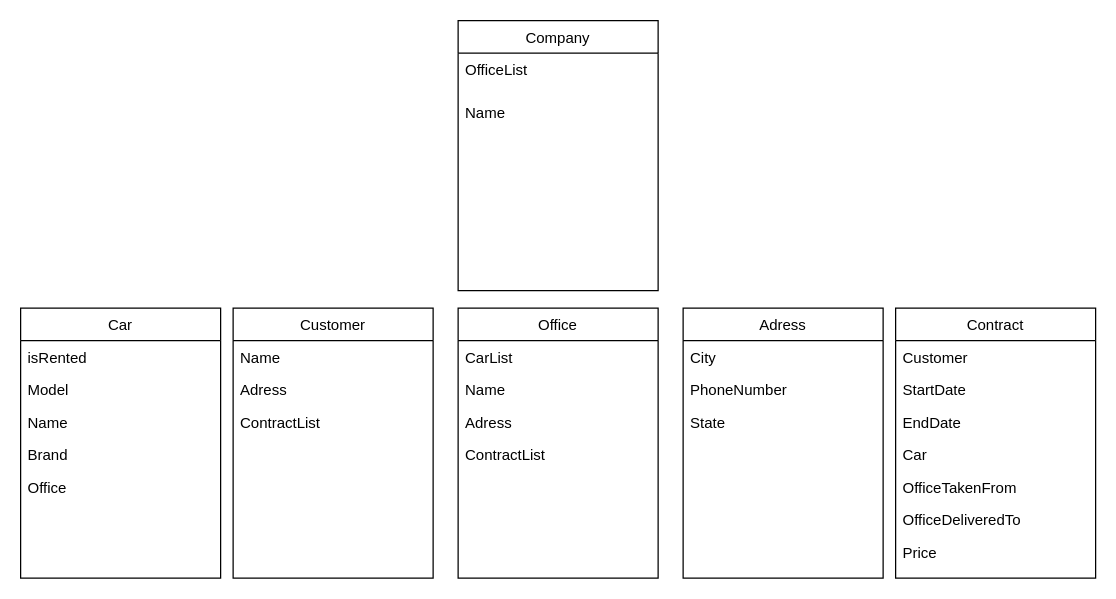
Earlier version of the draw.io diagram rent-a-car-diagram.drawio (rent-a-car-gelecegimall/rent-a-car). Source tidied: cells renumbered, new cells numbered last; positions are measured from the earlier drawing's top-left corner, leaving out a move shared by most shapes. Both pictures are drawn from the tidied source at 125%, with x=0, y=0 at pixel (20, 20).
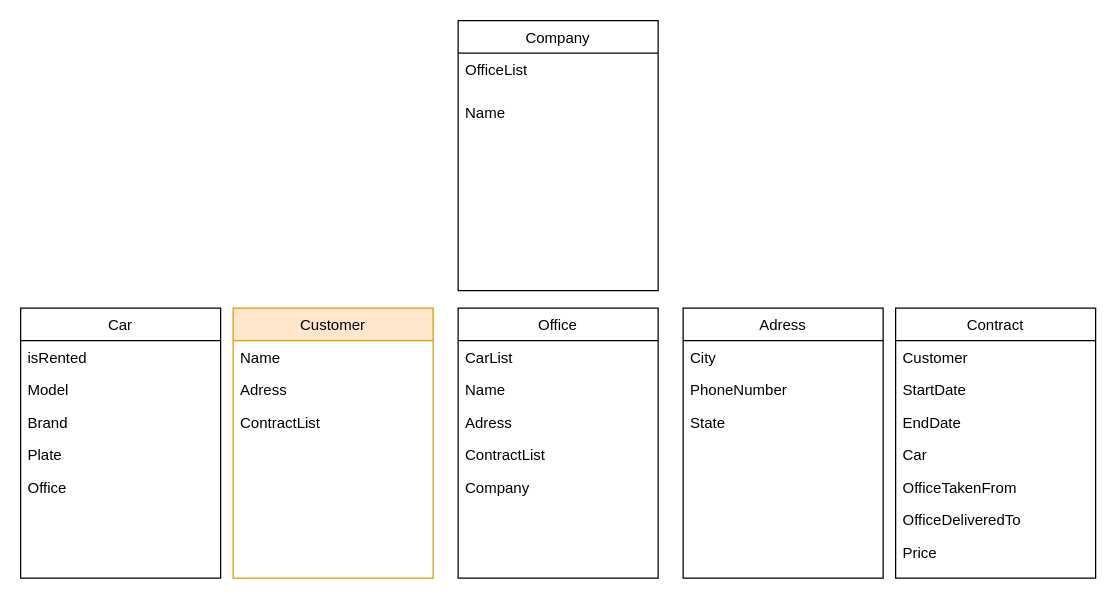
After the change.

The change refers to these unchanged cells:
```xml
<mxCell id="5" value="Office" style="swimlane;fontStyle=0;align=center;verticalAlign=top;horizontal=1;startSize=26;rounded=0;shadow=0;strokeWidth=1;" parent="1" vertex="1">
  <mxGeometry x="350" y="230" width="160" height="216" as="geometry" />
</mxCell>
<mxCell id="26" value="Car" style="swimlane;fontStyle=0;align=center;verticalAlign=top;horizontal=1;startSize=26;rounded=0;shadow=0;strokeWidth=1;" parent="1" vertex="1">
  <mxGeometry y="230" width="160" height="216" as="geometry" />
</mxCell>
```

The edit, as a diff of the source:
```diff
@@
+    <mxCell id="32" value="Company" style="text;align=left;verticalAlign=top;spacingLeft=4;spacingRight=4;overflow=hidden;" parent="5" vertex="1">
+      <mxGeometry y="130" width="160" height="26" as="geometry" />
+    </mxCell>
@@
-    <mxCell id="22" value="Customer" style="swimlane;fontStyle=0;align=center;verticalAlign=top;horizontal=1;startSize=26;rounded=0;shadow=0;strokeWidth=1;" parent="1" vertex="1">
+    <mxCell id="22" value="Customer" style="swimlane;fontStyle=0;align=center;verticalAlign=top;horizontal=1;startSize=26;rounded=0;shadow=0;strokeWidth=1;fillColor=#ffe6cc;strokeColor=#d79b00;" parent="1" vertex="1">
       <mxGeometry x="170" y="230" width="160" height="216" as="geometry" />
     </mxCell>
@@
-    <mxCell id="29" value="Name&#10;" style="text;align=left;verticalAlign=top;spacingLeft=4;spacingRight=4;overflow=hidden;" parent="26" vertex="1">
-      <mxGeometry y="78" width="160" height="26" as="geometry" />
-    </mxCell>
     <mxCell id="30" value="Brand" style="text;align=left;verticalAlign=top;spacingLeft=4;spacingRight=4;overflow=hidden;" parent="26" vertex="1">
-      <mxGeometry y="104" width="160" height="26" as="geometry" />
+      <mxGeometry y="78" width="160" height="26" as="geometry" />
     </mxCell>
-    <mxCell id="31" value="Office" style="text;align=left;verticalAlign=top;spacingLeft=4;spacingRight=4;overflow=hidden;" parent="26" vertex="1">
-      <mxGeometry y="130" width="160" height="26" as="geometry" />
+    <mxCell id="31" value="Plate" style="text;align=left;verticalAlign=top;spacingLeft=4;spacingRight=4;overflow=hidden;" parent="26" vertex="1">
+      <mxGeometry y="104" width="160" height="26" as="geometry" />
     </mxCell>
+    <mxCell id="33" value="Office" style="text;align=left;verticalAlign=top;spacingLeft=4;spacingRight=4;overflow=hidden;" parent="26" vertex="1">
+      <mxGeometry y="130" width="160" height="26" as="geometry" />
+    </mxCell>
```
